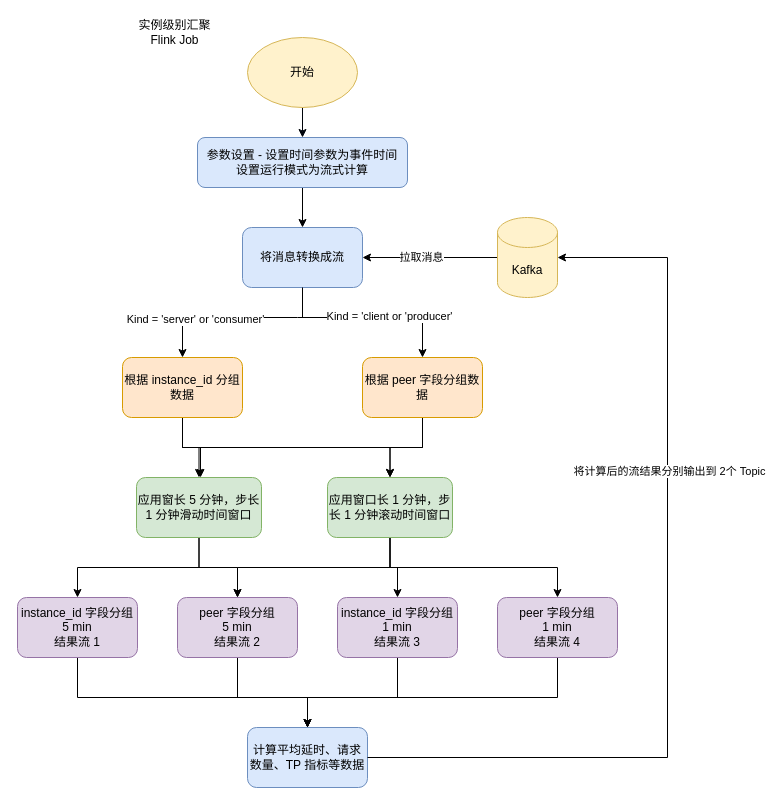
This is draw.io/Flink 代码细节 的副本.drawio from KeatonLi/pictures, a draw.io file, before an edit. Source tidied: cells renumbered, new cells numbered last; positions are measured from the earlier drawing's top-left corner, leaving out a move shared by most shapes. Both pictures are drawn from the tidied source at 100%, with x=0, y=0 at pixel (17, 17).
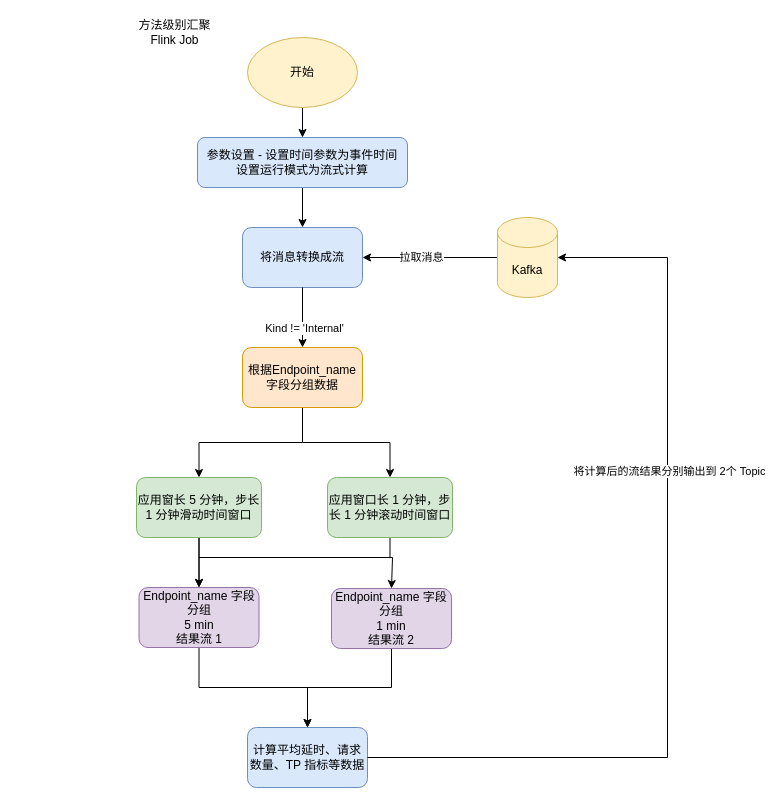
After the change.

Commit message:
更新Flink 代码细节 的副本.drawio

Unchanged cells that the change refers to:
```xml
<mxCell id="6" value="将消息转换成流" style="rounded=1;whiteSpace=wrap;html=1;fillColor=#dae8fc;strokeColor=#6c8ebf;" parent="1" vertex="1">
  <mxGeometry x="225" y="210" width="120" height="60" as="geometry" />
</mxCell>
<mxCell id="24" value="应用窗长 5 分钟，步长 1 分钟滑动时间窗口" style="rounded=1;whiteSpace=wrap;html=1;fillColor=#d5e8d4;strokeColor=#82b366;" parent="1" vertex="1">
  <mxGeometry x="119" y="460" width="125" height="60" as="geometry" />
</mxCell>
<mxCell id="28" value="应用窗口长 1 分钟，步长 1 分钟滚动时间窗口" style="rounded=1;whiteSpace=wrap;html=1;fillColor=#d5e8d4;strokeColor=#82b366;" parent="1" vertex="1">
  <mxGeometry x="310" y="460" width="125" height="60" as="geometry" />
</mxCell>
<mxCell id="37" value="计算平均延时、请求数量、TP 指标等数据" style="rounded=1;whiteSpace=wrap;html=1;fillColor=#dae8fc;strokeColor=#6c8ebf;" parent="1" vertex="1">
  <mxGeometry x="230" y="710" width="120" height="60" as="geometry" />
</mxCell>
```

The edit, as a diff of the source:
```diff
@@
     <mxCell id="11" style="edgeStyle=orthogonalEdgeStyle;rounded=0;jettySize=auto;html=1;entryX=0.5;entryY=0;entryDx=0;entryDy=0;" parent="1" edge="1" source="12" target="28">
-      <mxGeometry relative="1" as="geometry">
-        <Array as="points">
-          <mxPoint x="165" y="430" />
-          <mxPoint x="373" y="430" />
-        </Array>
-      </mxGeometry>
+      <mxGeometry relative="1" as="geometry" />
     </mxCell>
-    <mxCell id="12" value="根据 instance_id 分组数据" style="rounded=1;whiteSpace=wrap;html=1;fillColor=#ffe6cc;strokeColor=#d79b00;" parent="1" vertex="1">
-      <mxGeometry x="105" y="340" width="120" height="60" as="geometry" />
+    <mxCell id="12" value="根据Endpoint_name 字段分组数据" style="rounded=1;whiteSpace=wrap;html=1;fillColor=#ffe6cc;strokeColor=#d79b00;" parent="1" vertex="1">
+      <mxGeometry x="225" y="330" width="120" height="60" as="geometry" />
     </mxCell>
-    <mxCell id="13" style="edgeStyle=orthogonalEdgeStyle;rounded=0;jettySize=auto;html=1;" parent="1" edge="1" source="15" target="24">
-      <mxGeometry relative="1" as="geometry">
-        <Array as="points">
-          <mxPoint x="405" y="430" />
-          <mxPoint x="183" y="430" />
-        </Array>
-      </mxGeometry>
-    </mxCell>
-    <mxCell id="14" style="edgeStyle=orthogonalEdgeStyle;rounded=0;jettySize=auto;html=1;" parent="1" edge="1" source="15" target="28">
-      <mxGeometry relative="1" as="geometry" />
-    </mxCell>
-    <mxCell id="15" value="根据 peer 字段分组数据" style="rounded=1;whiteSpace=wrap;html=1;fillColor=#ffe6cc;strokeColor=#d79b00;" parent="1" vertex="1">
-      <mxGeometry x="345" y="340" width="120" height="60" as="geometry" />
-    </mxCell>
-    <mxCell id="16" style="endArrow=classic;html=1;rounded=0;entryX=0.5;entryY=0;entryDx=0;entryDy=0;" parent="1" edge="1" target="12">
-      <mxGeometry relative="1" as="geometry">
-        <mxPoint x="280" y="300" as="sourcePoint" />
-        <Array as="points">
-          <mxPoint x="165" y="300" />
-        </Array>
-      </mxGeometry>
+    <mxCell id="16" style="endArrow=classic;html=1;rounded=0;entryX=0.5;entryY=0;entryDx=0;entryDy=0;exitX=0.5;exitY=1;exitDx=0;exitDy=0;" parent="1" edge="1" source="6" target="12">
+      <mxGeometry relative="1" as="geometry" />
     </mxCell>
-    <mxCell id="17" value="Kind = 'server' or 'consumer'" style="edgeLabel;html=1;align=center;verticalAlign=middle;" parent="16" vertex="1">
+    <mxCell id="17" value="Kind != 'Internal'" style="edgeLabel;html=1;align=center;verticalAlign=middle;" parent="16" vertex="1">
       <mxGeometry x="0.33" y="1" relative="1" as="geometry" />
     </mxCell>
-    <mxCell id="18" style="endArrow=classic;html=1;rounded=0;entryX=0.5;entryY=0;entryDx=0;entryDy=0;" parent="1" edge="1" target="15">
-      <mxGeometry relative="1" as="geometry">
-        <mxPoint x="280" y="300" as="sourcePoint" />
-        <Array as="points">
-          <mxPoint x="405" y="300" />
-        </Array>
-      </mxGeometry>
-    </mxCell>
-    <mxCell id="19" value="Kind =&amp;nbsp;'client or 'producer'" style="edgeLabel;html=1;align=center;verticalAlign=middle;" parent="18" vertex="1">
-      <mxGeometry x="0.1" y="2" relative="1" as="geometry" />
-    </mxCell>
-    <mxCell id="20" style="endArrow=none;html=1;rounded=0;entryX=0.5;entryY=1;entryDx=0;entryDy=0;" parent="1" edge="1" target="6">
-      <mxGeometry relative="1" as="geometry">
-        <mxPoint x="285" y="300" as="sourcePoint" />
-      </mxGeometry>
-    </mxCell>
-    <mxCell id="21" value="实例级别汇聚&lt;div&gt;Flink Job&lt;/div&gt;" style="text;html=1;align=center;verticalAlign=middle;whiteSpace=wrap;rounded=0;" parent="1" vertex="1">
+    <mxCell id="21" value="方法级别汇聚&lt;div&gt;Flink Job&lt;/div&gt;" style="text;html=1;align=center;verticalAlign=middle;whiteSpace=wrap;rounded=0;" parent="1" vertex="1">
       <mxGeometry x="105" width="105" height="30" as="geometry" />
     </mxCell>
@@
-    <mxCell id="23" style="edgeStyle=orthogonalEdgeStyle;rounded=0;jettySize=auto;html=1;" parent="1" edge="1" source="24" target="34">
-      <mxGeometry relative="1" as="geometry" />
+    <mxCell id="23" style="edgeStyle=orthogonalEdgeStyle;rounded=0;jettySize=auto;html=1;entryX=0.5;entryY=0;entryDx=0;entryDy=0;" parent="1" edge="1" source="24" target="34">
+      <mxGeometry relative="1" as="geometry">
+        <Array as="points">
+          <mxPoint x="182" y="540" />
+          <mxPoint x="375" y="540" />
+        </Array>
+      </mxGeometry>
     </mxCell>
@@
-    <mxCell id="25" style="edgeStyle=orthogonalEdgeStyle;rounded=0;jettySize=auto;html=1;entryX=0.5;entryY=0;entryDx=0;entryDy=0;" parent="1" edge="1" source="28" target="36">
-      <mxGeometry relative="1" as="geometry" />
-    </mxCell>
-    <mxCell id="26" style="edgeStyle=orthogonalEdgeStyle;rounded=0;jettySize=auto;html=1;entryX=0.5;entryY=0;entryDx=0;entryDy=0;" parent="1" edge="1" source="28" target="32">
-      <mxGeometry relative="1" as="geometry">
-        <Array as="points">
-          <mxPoint x="373" y="550" />
-          <mxPoint x="540" y="550" />
-        </Array>
-      </mxGeometry>
-    </mxCell>
-    <mxCell id="27" style="edgeStyle=orthogonalEdgeStyle;rounded=0;jettySize=auto;html=1;entryX=0.5;entryY=0;entryDx=0;entryDy=0;" parent="1" edge="1" source="28" target="34">
-      <mxGeometry relative="1" as="geometry">
-        <Array as="points">
-          <mxPoint x="373" y="550" />
-          <mxPoint x="220" y="550" />
-        </Array>
-      </mxGeometry>
-    </mxCell>
+    <mxCell id="40" style="edgeStyle=orthogonalEdgeStyle;rounded=0;jettySize=auto;html=1;entryX=0.5;entryY=0;entryDx=0;entryDy=0;" parent="1" edge="1" source="28" target="30">
+      <mxGeometry relative="1" as="geometry">
+        <Array as="points">
+          <mxPoint x="373" y="540" />
+          <mxPoint x="182" y="540" />
+        </Array>
+      </mxGeometry>
+    </mxCell>
@@
     <mxCell id="29" style="edgeStyle=orthogonalEdgeStyle;rounded=0;jettySize=auto;html=1;entryX=0.5;entryY=0;entryDx=0;entryDy=0;" parent="1" edge="1" source="30" target="37">
-      <mxGeometry relative="1" as="geometry">
-        <Array as="points">
-          <mxPoint x="60" y="680" />
-          <mxPoint x="290" y="680" />
-        </Array>
-      </mxGeometry>
+      <mxGeometry relative="1" as="geometry" />
     </mxCell>
-    <mxCell id="30" value="instance_id 字段分组&lt;div&gt;&lt;span style=&quot;background-color: transparent; color: light-dark(rgb(0, 0, 0), rgb(255, 255, 255));&quot;&gt;5 min&lt;/span&gt;&lt;div&gt;结果流 1&lt;/div&gt;&lt;/div&gt;" style="rounded=1;whiteSpace=wrap;html=1;fillColor=#e1d5e7;strokeColor=#9673a6;" parent="1" vertex="1">
-      <mxGeometry y="580" width="120" height="60" as="geometry" />
+    <mxCell id="30" value="Endpoint_name&amp;nbsp;字段分组&lt;div&gt;&lt;span style=&quot;background-color: transparent; color: light-dark(rgb(0, 0, 0), rgb(255, 255, 255));&quot;&gt;5 min&lt;/span&gt;&lt;div&gt;结果流 1&lt;/div&gt;&lt;/div&gt;" style="rounded=1;whiteSpace=wrap;html=1;fillColor=#e1d5e7;strokeColor=#9673a6;" parent="1" vertex="1">
+      <mxGeometry x="121.5" y="570" width="120" height="60" as="geometry" />
     </mxCell>
-    <mxCell id="31" style="edgeStyle=orthogonalEdgeStyle;rounded=0;jettySize=auto;html=1;entryX=0.5;entryY=0;entryDx=0;entryDy=0;" parent="1" edge="1" source="32" target="37">
-      <mxGeometry relative="1" as="geometry">
-        <Array as="points">
-          <mxPoint x="540" y="680" />
-          <mxPoint x="290" y="680" />
-        </Array>
-      </mxGeometry>
-    </mxCell>
-    <mxCell id="32" value="peer 字段分组&lt;div&gt;&lt;span style=&quot;background-color: transparent; color: light-dark(rgb(0, 0, 0), rgb(255, 255, 255));&quot;&gt;1 min&lt;/span&gt;&lt;div&gt;结果流 4&lt;/div&gt;&lt;/div&gt;" style="rounded=1;whiteSpace=wrap;html=1;fillColor=#e1d5e7;strokeColor=#9673a6;" parent="1" vertex="1">
-      <mxGeometry x="480" y="580" width="120" height="60" as="geometry" />
-    </mxCell>
-    <mxCell id="33" style="edgeStyle=orthogonalEdgeStyle;rounded=0;jettySize=auto;html=1;" parent="1" edge="1" source="34" target="37">
+    <mxCell id="33" style="edgeStyle=orthogonalEdgeStyle;rounded=0;jettySize=auto;html=1;entryX=0.5;entryY=0;entryDx=0;entryDy=0;" parent="1" edge="1" source="34" target="37">
       <mxGeometry relative="1" as="geometry">
         <Array as="points">
-          <mxPoint x="220" y="680" />
-          <mxPoint x="290" y="680" />
+          <mxPoint x="374" y="670" />
+          <mxPoint x="290" y="670" />
         </Array>
       </mxGeometry>
     </mxCell>
-    <mxCell id="34" value="peer 字段分组&lt;div&gt;&lt;span style=&quot;background-color: transparent; color: light-dark(rgb(0, 0, 0), rgb(255, 255, 255));&quot;&gt;5 min&lt;/span&gt;&lt;div&gt;结果流 2&lt;/div&gt;&lt;/div&gt;" style="rounded=1;whiteSpace=wrap;html=1;fillColor=#e1d5e7;strokeColor=#9673a6;" parent="1" vertex="1">
-      <mxGeometry x="160" y="580" width="120" height="60" as="geometry" />
+    <mxCell id="34" value="Endpoint_name&amp;nbsp;字段分组&lt;div&gt;&lt;span style=&quot;background-color: transparent; color: light-dark(rgb(0, 0, 0), rgb(255, 255, 255));&quot;&gt;1 min&lt;/span&gt;&lt;div&gt;结果流 2&lt;/div&gt;&lt;/div&gt;" style="rounded=1;whiteSpace=wrap;html=1;fillColor=#e1d5e7;strokeColor=#9673a6;" parent="1" vertex="1">
+      <mxGeometry x="314" y="571" width="120" height="60" as="geometry" />
     </mxCell>
-    <mxCell id="35" style="edgeStyle=orthogonalEdgeStyle;rounded=0;jettySize=auto;html=1;entryX=0.5;entryY=0;entryDx=0;entryDy=0;" parent="1" edge="1" source="36" target="37">
-      <mxGeometry relative="1" as="geometry">
-        <Array as="points">
-          <mxPoint x="380" y="680" />
-          <mxPoint x="290" y="680" />
-        </Array>
-      </mxGeometry>
-    </mxCell>
-    <mxCell id="36" value="instance_id 字段分组&lt;div&gt;&lt;span style=&quot;background-color: transparent; color: light-dark(rgb(0, 0, 0), rgb(255, 255, 255));&quot;&gt;1 min&lt;/span&gt;&lt;div&gt;结果流 3&lt;/div&gt;&lt;/div&gt;" style="rounded=1;whiteSpace=wrap;html=1;fillColor=#e1d5e7;strokeColor=#9673a6;" parent="1" vertex="1">
-      <mxGeometry x="320" y="580" width="120" height="60" as="geometry" />
-    </mxCell>
```
